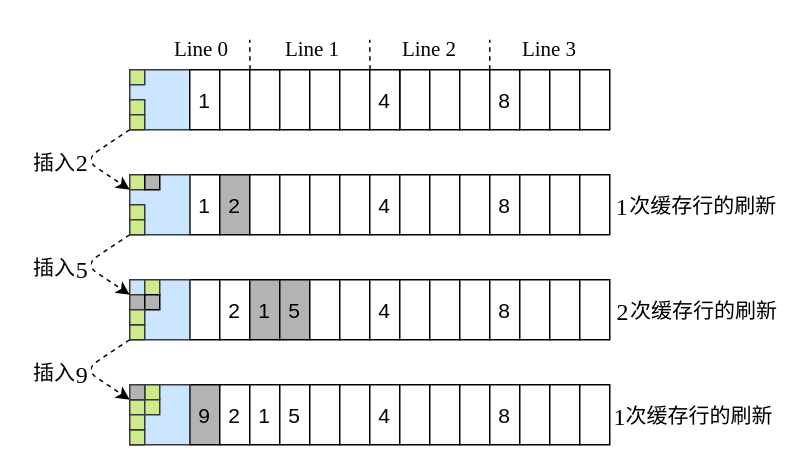
Earlier version of the draw.io diagram page "键值移动" (7 of 22) of 毕业论文.drawio (HustDsy/Picture). Source tidied: cells renumbered, new cells numbered last; positions are measured from the earlier drawing's top-left corner, leaving out a move shared by most shapes. Both pictures are drawn from the tidied source at 150%, with x=0, y=0 at pixel (24, 24).
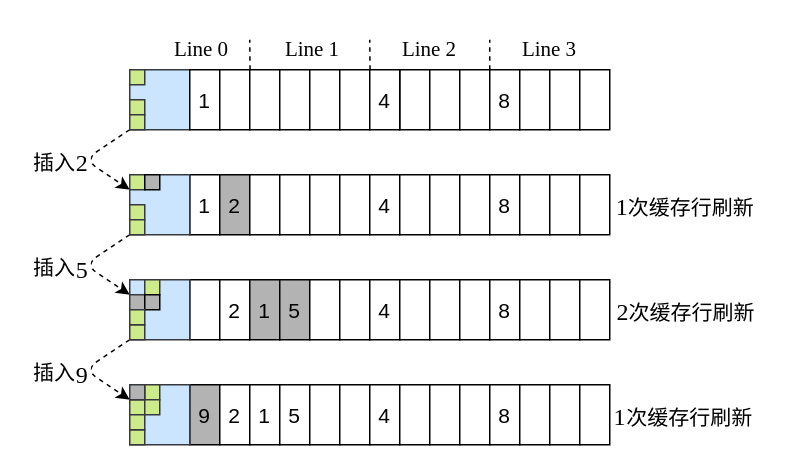
Above is the later version.

What changed in the source:
```diff
@@
-    <mxCell id="20" value="次缓存行的刷新" style="text;align=center;verticalAlign=middle;strokeColor=none;fillColor=none;fontSize=14;fontFamily=简宋;" parent="1" vertex="1">
-      <mxGeometry x="395" y="250" width="110" height="20" as="geometry" />
+    <mxCell id="20" value="次缓存行刷新" style="text;align=center;verticalAlign=middle;strokeColor=none;fillColor=none;fontSize=14;fontFamily=简宋;" parent="1" vertex="1">
+      <mxGeometry x="393.5" y="251" width="100" height="20" as="geometry" />
     </mxCell>
@@
-    <mxCell id="99" value="次缓存行的刷新" style="text;align=center;verticalAlign=middle;strokeColor=none;fillColor=none;fontSize=14;fontFamily=简宋;" parent="1" vertex="1">
-      <mxGeometry x="398" y="180" width="110" height="20" as="geometry" />
+    <mxCell id="99" value="次缓存行刷新" style="text;align=center;verticalAlign=middle;strokeColor=none;fillColor=none;fontSize=14;fontFamily=简宋;" parent="1" vertex="1">
+      <mxGeometry x="395" y="181" width="100" height="20" as="geometry" />
     </mxCell>
@@
-    <mxCell id="101" value="次缓存行的刷新" style="text;align=center;verticalAlign=middle;strokeColor=none;fillColor=none;fontSize=14;fontFamily=简宋;" parent="1" vertex="1">
-      <mxGeometry x="397.5" y="110" width="110" height="20" as="geometry" />
-    </mxCell>
@@
+    <mxCell id="106" value="次缓存行刷新" style="text;align=center;verticalAlign=middle;strokeColor=none;fillColor=none;fontSize=14;fontFamily=简宋;" parent="1" vertex="1">
+      <mxGeometry x="394.5" y="111" width="100" height="20" as="geometry" />
+    </mxCell>
```
